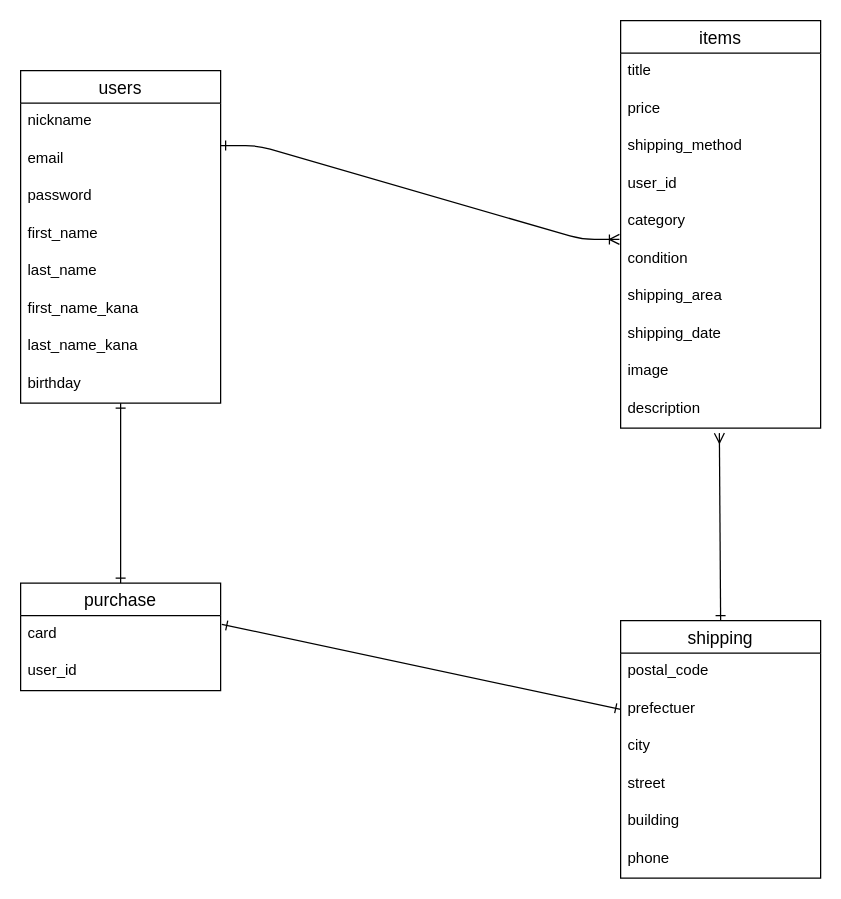
Before: ER.dio in jinyaishida/furima-37645, a draw.io diagram. Source tidied: cells renumbered, new cells numbered last; positions are measured from the earlier drawing's top-left corner, leaving out a move shared by most shapes. Both pictures are drawn from the tidied source at 125%, with x=0, y=0 at pixel (20, 20).
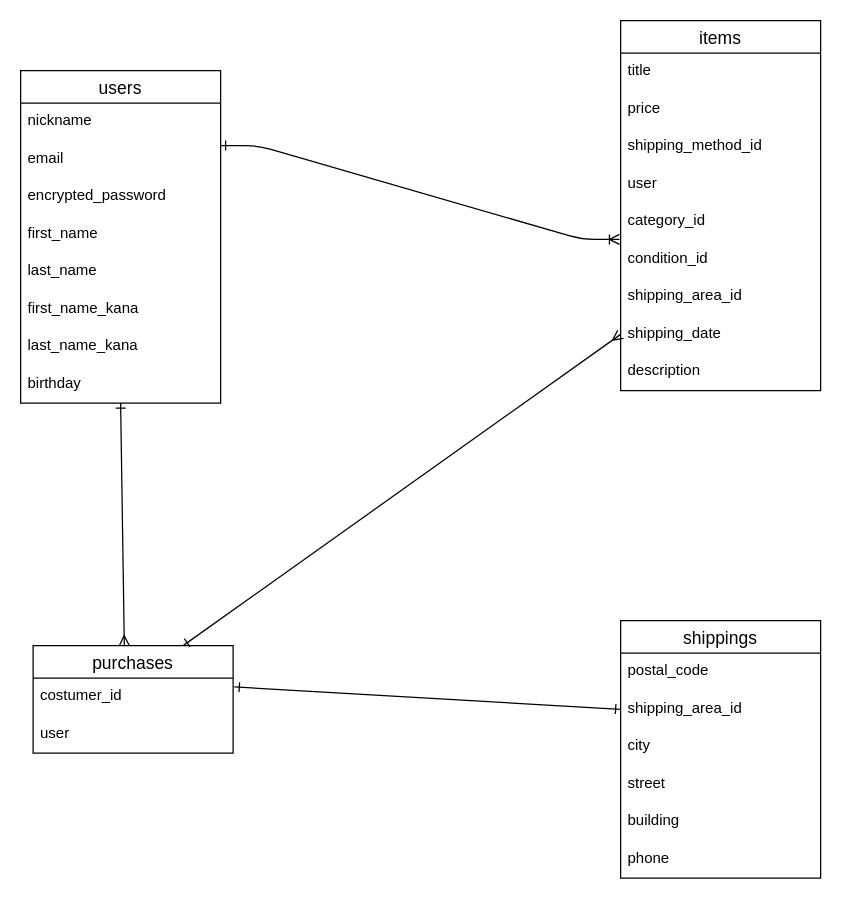
The same diagram, later.

Unchanged cells that the change refers to:
```xml
<mxCell id="2" value="users" style="swimlane;fontStyle=0;horizontal=1;startSize=26;align=center;fontSize=14;" parent="1" vertex="1">
  <mxGeometry y="40" width="160" height="266" as="geometry" />
</mxCell>
<mxCell id="10" value="birthday" style="text;strokeColor=none;fillColor=none;spacingLeft=4;spacingRight=4;overflow=hidden;points=[[0,0.5],[1,0.5]];portConstraint=eastwest;fontSize=12;" parent="2" vertex="1">
  <mxGeometry y="236" width="160" height="30" as="geometry" />
</mxCell>
<mxCell id="19" value="shipping_date" style="text;strokeColor=none;fillColor=none;spacingLeft=4;spacingRight=4;overflow=hidden;points=[[0,0.5],[1,0.5]];portConstraint=eastwest;fontSize=12;" parent="11" vertex="1">
  <mxGeometry y="236" width="160" height="30" as="geometry" />
</mxCell>
```

The edit, as a diff of the source:
```diff
@@
-    <mxCell id="5" value="password" style="text;strokeColor=none;fillColor=none;spacingLeft=4;spacingRight=4;overflow=hidden;fontSize=12;" parent="2" vertex="1">
+    <mxCell id="5" value="encrypted_password" style="text;strokeColor=none;fillColor=none;spacingLeft=4;spacingRight=4;overflow=hidden;fontSize=12;" parent="2" vertex="1">
       <mxGeometry y="86" width="160" height="30" as="geometry" />
     </mxCell>
@@
     <mxCell id="11" value="items" style="swimlane;fontStyle=0;horizontal=1;startSize=26;align=center;fontSize=14;" parent="1" vertex="1">
-      <mxGeometry x="480" width="160" height="326" as="geometry" />
+      <mxGeometry x="480" width="160" height="296" as="geometry" />
     </mxCell>
@@
-    <mxCell id="14" value="shipping_method" style="text;strokeColor=none;fillColor=none;spacingLeft=4;spacingRight=4;overflow=hidden;fontSize=12;" parent="11" vertex="1">
+    <mxCell id="14" value="shipping_method_id" style="text;strokeColor=none;fillColor=none;spacingLeft=4;spacingRight=4;overflow=hidden;fontSize=12;" parent="11" vertex="1">
       <mxGeometry y="86" width="160" height="30" as="geometry" />
     </mxCell>
-    <mxCell id="15" value="user_id" style="text;strokeColor=none;fillColor=none;spacingLeft=4;spacingRight=4;overflow=hidden;fontSize=12;" parent="11" vertex="1">
+    <mxCell id="15" value="user" style="text;strokeColor=none;fillColor=none;spacingLeft=4;spacingRight=4;overflow=hidden;fontSize=12;" parent="11" vertex="1">
       <mxGeometry y="116" width="160" height="30" as="geometry" />
     </mxCell>
-    <mxCell id="16" value="category" style="text;strokeColor=none;fillColor=none;spacingLeft=4;spacingRight=4;overflow=hidden;points=[[0,0.5],[1,0.5]];portConstraint=eastwest;fontSize=12;" parent="11" vertex="1">
+    <mxCell id="16" value="category_id" style="text;strokeColor=none;fillColor=none;spacingLeft=4;spacingRight=4;overflow=hidden;points=[[0,0.5],[1,0.5]];portConstraint=eastwest;fontSize=12;" parent="11" vertex="1">
       <mxGeometry y="146" width="160" height="30" as="geometry" />
     </mxCell>
-    <mxCell id="17" value="condition" style="text;strokeColor=none;fillColor=none;spacingLeft=4;spacingRight=4;overflow=hidden;fontSize=12;" parent="11" vertex="1">
+    <mxCell id="17" value="condition_id" style="text;strokeColor=none;fillColor=none;spacingLeft=4;spacingRight=4;overflow=hidden;fontSize=12;" parent="11" vertex="1">
       <mxGeometry y="176" width="160" height="30" as="geometry" />
     </mxCell>
-    <mxCell id="18" value="shipping_area" style="text;strokeColor=none;fillColor=none;spacingLeft=4;spacingRight=4;overflow=hidden;fontSize=12;" parent="11" vertex="1">
+    <mxCell id="18" value="shipping_area_id" style="text;strokeColor=none;fillColor=none;spacingLeft=4;spacingRight=4;overflow=hidden;fontSize=12;" parent="11" vertex="1">
       <mxGeometry y="206" width="160" height="30" as="geometry" />
     </mxCell>
@@
-    <mxCell id="20" value="image" style="text;strokeColor=none;fillColor=none;spacingLeft=4;spacingRight=4;overflow=hidden;fontSize=12;" parent="11" vertex="1">
-      <mxGeometry y="266" width="160" height="30" as="geometry" />
-    </mxCell>
     <mxCell id="21" value="description" style="text;strokeColor=none;fillColor=none;spacingLeft=4;spacingRight=4;overflow=hidden;fontSize=12;" parent="11" vertex="1">
-      <mxGeometry y="296" width="160" height="30" as="geometry" />
+      <mxGeometry y="266" width="160" height="30" as="geometry" />
     </mxCell>
-    <mxCell id="22" style="edgeStyle=none;html=1;exitX=0.5;exitY=0;exitDx=0;exitDy=0;entryX=0.5;entryY=1;entryDx=0;entryDy=0;entryPerimeter=0;endArrow=ERone;endFill=0;startArrow=ERone;startFill=0;" parent="1" edge="1" source="23" target="10">
+    <mxCell id="22" style="edgeStyle=none;html=1;entryX=0.5;entryY=1;entryDx=0;entryDy=0;entryPerimeter=0;endArrow=ERone;endFill=0;startArrow=ERmany;startFill=0;exitX=0.456;exitY=0;exitDx=0;exitDy=0;exitPerimeter=0;" parent="1" edge="1" source="23" target="10">
       <mxGeometry relative="1" as="geometry" />
     </mxCell>
-    <mxCell id="23" value="purchase" style="swimlane;fontStyle=0;horizontal=1;startSize=26;align=center;fontSize=14;" parent="1" vertex="1">
-      <mxGeometry y="450" width="160" height="86" as="geometry" />
+    <mxCell id="23" value="purchases" style="swimlane;fontStyle=0;horizontal=1;startSize=26;align=center;fontSize=14;" parent="1" vertex="1">
+      <mxGeometry x="10" y="500" width="160" height="86" as="geometry" />
     </mxCell>
-    <mxCell id="24" value="card" style="text;strokeColor=none;fillColor=none;spacingLeft=4;spacingRight=4;overflow=hidden;points=[[0,0.5],[1,0.5]];portConstraint=eastwest;fontSize=12;" parent="23" vertex="1">
+    <mxCell id="24" value="costumer_id" style="text;strokeColor=none;fillColor=none;spacingLeft=4;spacingRight=4;overflow=hidden;points=[[0,0.5],[1,0.5]];portConstraint=eastwest;fontSize=12;" parent="23" vertex="1">
       <mxGeometry y="26" width="160" height="30" as="geometry" />
     </mxCell>
-    <mxCell id="25" value="user_id" style="text;strokeColor=none;fillColor=none;spacingLeft=4;spacingRight=4;overflow=hidden;fontSize=12;" parent="23" vertex="1">
+    <mxCell id="25" value="user" style="text;strokeColor=none;fillColor=none;spacingLeft=4;spacingRight=4;overflow=hidden;fontSize=12;" parent="23" vertex="1">
       <mxGeometry y="56" width="160" height="30" as="geometry" />
     </mxCell>
-    <mxCell id="26" value="shipping" style="swimlane;fontStyle=0;horizontal=1;startSize=26;align=center;fontSize=14;" parent="1" vertex="1">
+    <mxCell id="26" value="shippings" style="swimlane;fontStyle=0;horizontal=1;startSize=26;align=center;fontSize=14;" parent="1" vertex="1">
       <mxGeometry x="480" y="480" width="160" height="206" as="geometry" />
     </mxCell>
@@
-    <mxCell id="28" value="prefectuer" style="text;strokeColor=none;fillColor=none;spacingLeft=4;spacingRight=4;overflow=hidden;points=[[0,0.5],[1,0.5]];portConstraint=eastwest;fontSize=12;" parent="26" vertex="1">
+    <mxCell id="28" value="shipping_area_id" style="text;strokeColor=none;fillColor=none;spacingLeft=4;spacingRight=4;overflow=hidden;points=[[0,0.5],[1,0.5]];portConstraint=eastwest;fontSize=12;" parent="26" vertex="1">
       <mxGeometry y="56" width="160" height="30" as="geometry" />
     </mxCell>
@@
-    <mxCell id="34" style="fontSize=12;html=1;endArrow=ERmany;endFill=0;exitX=0.5;exitY=0;exitDx=0;exitDy=0;startArrow=ERone;startFill=0;" parent="1" edge="1" source="26">
-      <mxGeometry relative="1" as="geometry">
-        <mxPoint x="559" y="330" as="targetPoint" />
-      </mxGeometry>
-    </mxCell>
@@
+    <mxCell id="36" style="edgeStyle=none;html=1;exitX=0;exitY=0.5;exitDx=0;exitDy=0;entryX=0.75;entryY=0;entryDx=0;entryDy=0;startArrow=ERmany;startFill=0;endArrow=ERone;endFill=0;" parent="1" edge="1" source="19" target="23">
+      <mxGeometry relative="1" as="geometry" />
+    </mxCell>
```
